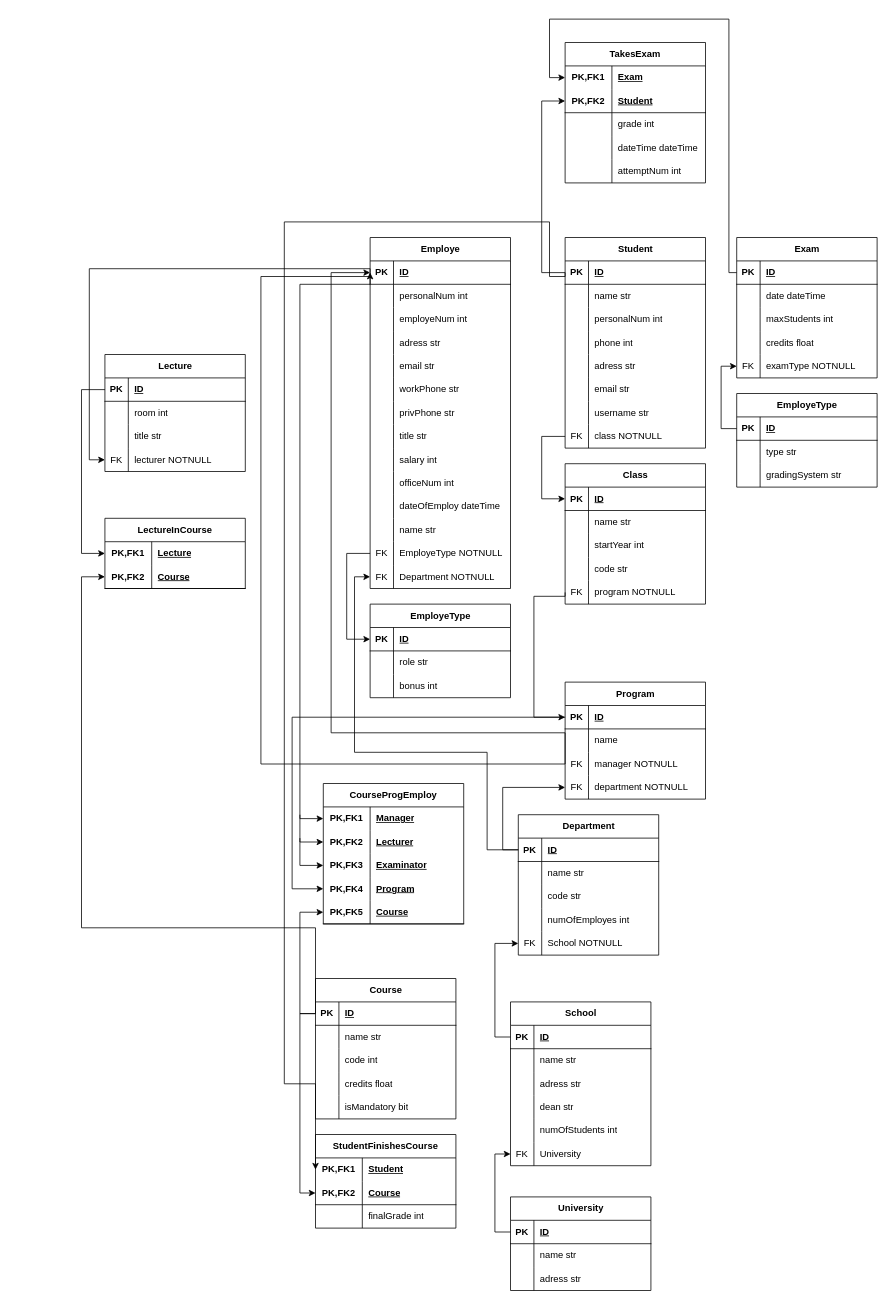
Above: Untitled Diagram.drawio in ekkecode/Blandat (draw.io), before the change. Source tidied: cells renumbered, new cells numbered last; positions are measured from the earlier drawing's top-left corner, leaving out a move shared by most shapes. Both pictures are drawn from the tidied source at 78%, with x=0, y=0 at pixel (81, 19).
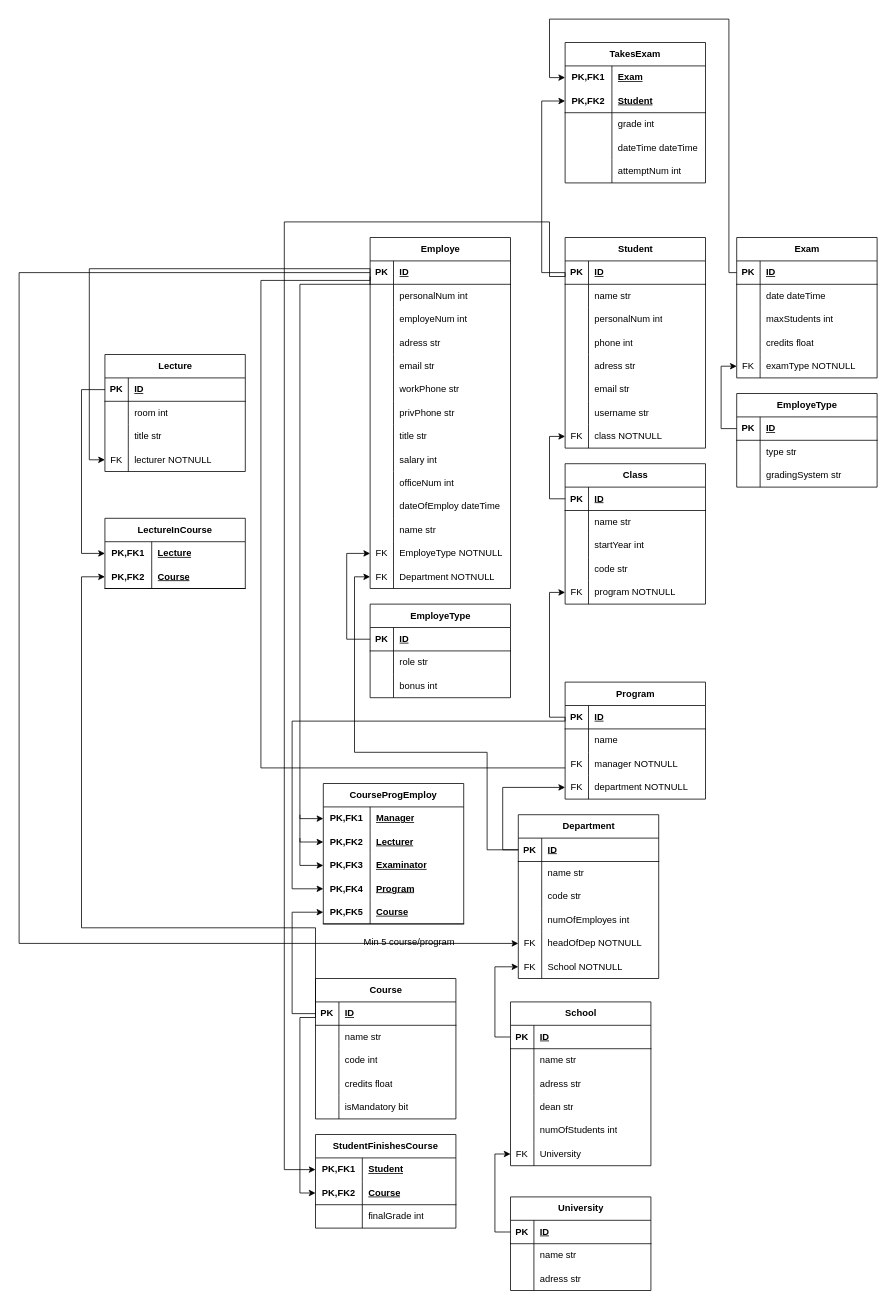
Above is the later version.

Unchanged cells that the change refers to:
```xml
<mxCell id="3" style="shape=tableRow;horizontal=0;startSize=0;swimlaneHead=0;swimlaneBody=0;fillColor=none;points=[[0,0.5],[1,0.5]];portConstraint=eastwest;top=0;left=0;right=0;bottom=1;" parent="2" vertex="1">
  <mxGeometry y="30" width="180" height="30" as="geometry" />
</mxCell>
<mxCell id="39" style="shape=tableRow;horizontal=0;startSize=0;swimlaneHead=0;swimlaneBody=0;fillColor=none;points=[[0,0.5],[1,0.5]];portConstraint=eastwest;top=0;left=0;right=0;bottom=0;" parent="2" vertex="1">
  <mxGeometry y="390" width="180" height="30" as="geometry" />
</mxCell>
<mxCell id="46" style="shape=tableRow;horizontal=0;startSize=0;swimlaneHead=0;swimlaneBody=0;fillColor=none;points=[[0,0.5],[1,0.5]];portConstraint=eastwest;top=0;left=0;right=0;bottom=1;" parent="45" vertex="1">
  <mxGeometry y="30" width="180" height="30" as="geometry" />
</mxCell>
<mxCell id="56" style="shape=tableRow;horizontal=0;startSize=0;swimlaneHead=0;swimlaneBody=0;fillColor=none;points=[[0,0.5],[1,0.5]];portConstraint=eastwest;top=0;left=0;right=0;bottom=1;" parent="55" vertex="1">
  <mxGeometry y="30" width="180" height="30" as="geometry" />
</mxCell>
<mxCell id="62" style="shape=tableRow;horizontal=0;startSize=0;swimlaneHead=0;swimlaneBody=0;fillColor=none;points=[[0,0.5],[1,0.5]];portConstraint=eastwest;top=0;left=0;right=0;bottom=0;" parent="55" vertex="1">
  <mxGeometry y="90" width="180" height="30" as="geometry" />
</mxCell>
<mxCell id="69" style="shape=tableRow;horizontal=0;startSize=0;swimlaneHead=0;swimlaneBody=0;fillColor=none;points=[[0,0.5],[1,0.5]];portConstraint=eastwest;top=0;left=0;right=0;bottom=1;" parent="68" vertex="1">
  <mxGeometry y="30" width="180" height="30" as="geometry" />
</mxCell>
<mxCell id="81" style="shape=tableRow;horizontal=0;startSize=0;swimlaneHead=0;swimlaneBody=0;fillColor=none;points=[[0,0.5],[1,0.5]];portConstraint=eastwest;top=0;left=0;right=0;bottom=0;" parent="68" vertex="1">
  <mxGeometry y="150" width="180" height="30" as="geometry" />
</mxCell>
<mxCell id="85" style="shape=tableRow;horizontal=0;startSize=0;swimlaneHead=0;swimlaneBody=0;fillColor=none;points=[[0,0.5],[1,0.5]];portConstraint=eastwest;top=0;left=0;right=0;bottom=1;" parent="84" vertex="1">
  <mxGeometry y="30" width="180" height="30" as="geometry" />
</mxCell>
<mxCell id="106" style="shape=tableRow;horizontal=0;startSize=0;swimlaneHead=0;swimlaneBody=0;fillColor=none;points=[[0,0.5],[1,0.5]];portConstraint=eastwest;top=0;left=0;right=0;bottom=0;" parent="84" vertex="1">
  <mxGeometry y="240" width="180" height="30" as="geometry" />
</mxCell>
<mxCell id="140" style="shape=tableRow;horizontal=0;startSize=0;swimlaneHead=0;swimlaneBody=0;fillColor=none;points=[[0,0.5],[1,0.5]];portConstraint=eastwest;top=0;left=0;right=0;bottom=1;" parent="139" vertex="1">
  <mxGeometry y="30" width="180" height="30" as="geometry" />
</mxCell>
<mxCell id="177" style="shape=tableRow;horizontal=0;startSize=0;swimlaneHead=0;swimlaneBody=0;fillColor=none;points=[[0,0.5],[1,0.5]];portConstraint=eastwest;top=0;left=0;right=0;bottom=0;html=1;" parent="176" vertex="1">
  <mxGeometry y="30" width="180" height="30" as="geometry" />
</mxCell>
<mxCell id="180" style="shape=tableRow;horizontal=0;startSize=0;swimlaneHead=0;swimlaneBody=0;fillColor=none;points=[[0,0.5],[1,0.5]];portConstraint=eastwest;top=0;left=0;right=0;bottom=1;html=1;" parent="176" vertex="1">
  <mxGeometry y="60" width="180" height="30" as="geometry" />
</mxCell>
<mxCell id="271" style="shape=tableRow;horizontal=0;startSize=0;swimlaneHead=0;swimlaneBody=0;fillColor=none;points=[[0,0.5],[1,0.5]];portConstraint=eastwest;top=0;left=0;right=0;bottom=0;html=1;" parent="261" vertex="1">
  <mxGeometry y="120" width="180" height="30" as="geometry" />
</mxCell>
<mxCell id="274" style="shape=tableRow;horizontal=0;startSize=0;swimlaneHead=0;swimlaneBody=0;fillColor=none;points=[[0,0.5],[1,0.5]];portConstraint=eastwest;top=0;left=0;right=0;bottom=1;html=1;" parent="261" vertex="1">
  <mxGeometry y="150" width="180" height="30" as="geometry" />
</mxCell>
```

What changed in the source:
```diff
@@
-    <mxCell id="109" style="edgeStyle=orthogonalEdgeStyle;rounded=0;jettySize=auto;html=1;exitX=0;exitY=0.5;exitDx=0;exitDy=0;entryX=0;entryY=0.5;entryDx=0;entryDy=0;" parent="1" edge="1" source="62" target="3">
-      <mxGeometry relative="1" as="geometry">
-        <Array as="points">
-          <mxPoint x="320" y="915" />
-          <mxPoint x="320" y="325" />
-        </Array>
-      </mxGeometry>
-    </mxCell>
-    <mxCell id="110" style="edgeStyle=orthogonalEdgeStyle;rounded=0;jettySize=auto;html=1;exitX=0;exitY=0.5;exitDx=0;exitDy=0;entryX=0;entryY=0.5;entryDx=0;entryDy=0;" parent="1" edge="1" source="39" target="46">
-      <mxGeometry relative="1" as="geometry">
-        <Array as="points">
-          <mxPoint x="340" y="685" />
-          <mxPoint x="340" y="795" />
-        </Array>
-      </mxGeometry>
-    </mxCell>
-    <mxCell id="111" style="edgeStyle=orthogonalEdgeStyle;rounded=0;jettySize=auto;html=1;exitX=0;exitY=0.5;exitDx=0;exitDy=0;entryX=0;entryY=0.5;entryDx=0;entryDy=0;" parent="1" edge="1" source="106" target="69">
-      <mxGeometry relative="1" as="geometry">
-        <Array as="points">
-          <mxPoint x="590" y="535" />
-          <mxPoint x="590" y="615" />
-        </Array>
-      </mxGeometry>
-    </mxCell>
@@
-    <mxCell id="156" style="edgeStyle=orthogonalEdgeStyle;rounded=0;jettySize=auto;html=1;exitX=0;exitY=0.5;exitDx=0;exitDy=0;entryX=0;entryY=0.5;entryDx=0;entryDy=0;" parent="1" edge="1" source="81" target="56">
-      <mxGeometry relative="1" as="geometry">
-        <Array as="points">
-          <mxPoint x="620" y="740" />
-          <mxPoint x="580" y="740" />
-          <mxPoint x="580" y="895" />
-        </Array>
-      </mxGeometry>
-    </mxCell>
-    <mxCell id="157" style="edgeStyle=orthogonalEdgeStyle;rounded=0;jettySize=auto;html=1;exitX=0;exitY=0.5;exitDx=0;exitDy=0;entryX=0;entryY=0.5;entryDx=0;entryDy=0;" parent="1" edge="1" source="62" target="3">
+    <mxCell id="157" style="edgeStyle=orthogonalEdgeStyle;rounded=0;orthogonalLoop=1;jettySize=auto;html=1;exitX=0;exitY=0.5;exitDx=0;exitDy=0;entryX=0;entryY=0.5;entryDx=0;entryDy=0;endArrow=none;endFill=0;" parent="1" edge="1">
       <mxGeometry relative="1" as="geometry">
+        <mxPoint x="620" y="960" as="sourcePoint" />
+        <mxPoint x="370" y="330" as="targetPoint" />
         <Array as="points">
-          <mxPoint x="230" y="955" />
-          <mxPoint x="230" y="330" />
-          <mxPoint x="370" y="330" />
+          <mxPoint x="230" y="960" />
+          <mxPoint x="230" y="335" />
+          <mxPoint x="370" y="335" />
         </Array>
       </mxGeometry>
     </mxCell>
@@
     <mxCell id="186" style="edgeStyle=orthogonalEdgeStyle;rounded=0;jettySize=auto;html=1;exitX=0;exitY=0.5;exitDx=0;exitDy=0;entryX=0;entryY=0.5;entryDx=0;entryDy=0;" parent="1" edge="1" source="140" target="180">
-      <mxGeometry relative="1" as="geometry" />
+      <mxGeometry relative="1" as="geometry">
+        <Array as="points">
+          <mxPoint x="300" y="1280" />
+          <mxPoint x="280" y="1280" />
+          <mxPoint x="280" y="1505" />
+        </Array>
+      </mxGeometry>
     </mxCell>
@@
     <mxCell id="200" style="edgeStyle=orthogonalEdgeStyle;rounded=0;jettySize=auto;html=1;exitX=0;exitY=0.5;exitDx=0;exitDy=0;entryX=0;entryY=0.5;entryDx=0;entryDy=0;" parent="1" edge="1" source="85" target="177">
       <mxGeometry relative="1" as="geometry">
         <Array as="points">
           <mxPoint x="620" y="330" />
           <mxPoint x="600" y="330" />
           <mxPoint x="600" y="260" />
           <mxPoint x="260" y="260" />
-          <mxPoint x="260" y="1365" />
-          <mxPoint x="300" y="1365" />
+          <mxPoint x="260" y="1475" />
         </Array>
       </mxGeometry>
     </mxCell>
@@
     <mxCell id="211" value="Department" style="shape=table;startSize=30;childLayout=tableLayout;rowLines=0;fontStyle=1;align=center;html=1;" parent="1" vertex="1">
-      <mxGeometry x="560" y="1020" width="180" height="180" as="geometry" />
+      <mxGeometry x="560" y="1020" width="180" height="210" as="geometry" />
     </mxCell>
@@
+    <mxCell id="280" style="shape=tableRow;horizontal=0;startSize=0;swimlaneHead=0;swimlaneBody=0;fillColor=none;points=[[0,0.5],[1,0.5]];portConstraint=eastwest;top=0;left=0;right=0;bottom=0;" parent="211" vertex="1">
+      <mxGeometry y="150" width="180" height="30" as="geometry" />
+    </mxCell>
+    <mxCell id="281" value="FK" style="shape=partialRectangle;fillColor=none;top=0;left=0;bottom=0;right=0;overflow=hidden;whiteSpace=wrap;html=1;" parent="280" vertex="1">
+      <mxGeometry width="30" height="30" as="geometry" />
+    </mxCell>
+    <mxCell id="282" value="headOfDep NOTNULL" style="shape=partialRectangle;fillColor=none;top=0;left=0;bottom=0;right=0;align=left;spacingLeft=6;overflow=hidden;whiteSpace=wrap;html=1;" parent="280" vertex="1">
+      <mxGeometry x="30" width="150" height="30" as="geometry" />
+    </mxCell>
     <mxCell id="224" style="shape=tableRow;horizontal=0;startSize=0;swimlaneHead=0;swimlaneBody=0;fillColor=none;points=[[0,0.5],[1,0.5]];portConstraint=eastwest;top=0;left=0;right=0;bottom=0;" parent="211" vertex="1">
-      <mxGeometry y="150" width="180" height="30" as="geometry" />
+      <mxGeometry y="180" width="180" height="30" as="geometry" />
     </mxCell>
@@
     <mxCell id="260" style="edgeStyle=orthogonalEdgeStyle;rounded=0;jettySize=auto;html=1;exitX=0;exitY=0.5;exitDx=0;exitDy=0;entryX=0;entryY=0.5;entryDx=0;entryDy=0;" parent="1" edge="1" source="56" target="271">
       <mxGeometry relative="1" as="geometry">
         <Array as="points">
-          <mxPoint x="270" y="895" />
+          <mxPoint x="620" y="900" />
+          <mxPoint x="270" y="900" />
           <mxPoint x="270" y="1115" />
         </Array>
       </mxGeometry>
     </mxCell>
@@
     <mxCell id="279" style="edgeStyle=orthogonalEdgeStyle;rounded=0;jettySize=auto;html=1;exitX=0;exitY=0.5;exitDx=0;exitDy=0;entryX=0;entryY=0.5;entryDx=0;entryDy=0;" parent="1" edge="1" source="140" target="274">
-      <mxGeometry relative="1" as="geometry" />
+      <mxGeometry relative="1" as="geometry">
+        <Array as="points">
+          <mxPoint x="270" y="1275" />
+          <mxPoint x="270" y="1145" />
+        </Array>
+      </mxGeometry>
     </mxCell>
+    <mxCell id="283" value="Min 5 course/program" style="text;html=1;align=center;verticalAlign=middle;strokeColor=none;fillColor=none;" parent="1" vertex="1">
+      <mxGeometry x="350" y="1168" width="140" height="30" as="geometry" />
+    </mxCell>
+    <mxCell id="284" style="edgeStyle=orthogonalEdgeStyle;rounded=0;jettySize=auto;html=1;exitX=0;exitY=0.5;exitDx=0;exitDy=0;entryX=0;entryY=0.5;entryDx=0;entryDy=0;" parent="1" edge="1" source="46" target="39">
+      <mxGeometry relative="1" as="geometry">
+        <Array as="points">
+          <mxPoint x="340" y="795" />
+          <mxPoint x="340" y="685" />
+        </Array>
+      </mxGeometry>
+    </mxCell>
+    <mxCell id="285" style="edgeStyle=orthogonalEdgeStyle;rounded=0;jettySize=auto;html=1;exitX=0;exitY=0.5;exitDx=0;exitDy=0;entryX=0;entryY=0.5;entryDx=0;entryDy=0;" parent="1" edge="1" source="69" target="106">
+      <mxGeometry relative="1" as="geometry" />
+    </mxCell>
+    <mxCell id="286" style="edgeStyle=orthogonalEdgeStyle;rounded=0;jettySize=auto;html=1;exitX=0;exitY=0.5;exitDx=0;exitDy=0;entryX=0;entryY=0.5;entryDx=0;entryDy=0;" parent="1" edge="1" source="56" target="81">
+      <mxGeometry relative="1" as="geometry" />
+    </mxCell>
+    <mxCell id="287" style="edgeStyle=orthogonalEdgeStyle;rounded=0;jettySize=auto;html=1;exitX=0;exitY=0.5;exitDx=0;exitDy=0;entryX=0;entryY=0.5;entryDx=0;entryDy=0;" parent="1" edge="1" source="3" target="280">
+      <mxGeometry relative="1" as="geometry">
+        <Array as="points">
+          <mxPoint x="-80" y="325" />
+          <mxPoint x="-80" y="1185" />
+        </Array>
+      </mxGeometry>
+    </mxCell>
```
